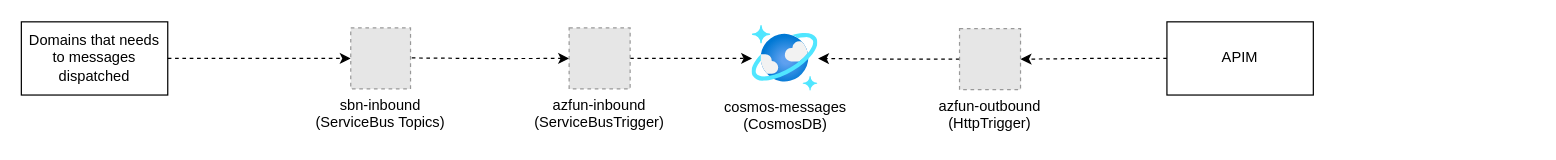
This is ARCHITECTURE.drawio from Energinet-DataHub/ARCHIVED-geh-post-office, a draw.io file, before an edit. Source tidied: cells renumbered, new cells numbered last; positions are measured from the earlier drawing's top-left corner, leaving out a move shared by most shapes. Both pictures are drawn from the tidied source at 122%, with x=0, y=0 at pixel (21, 21). Pictures stored in the file or linked from it are replaced by grey dashed boxes.
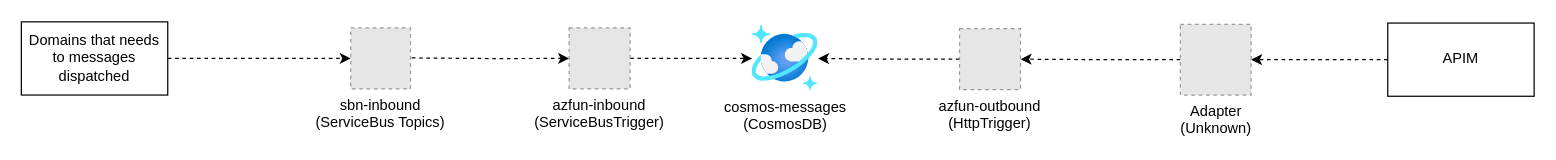
After the change.

Commit message (it also covers changes not shown here):
updated architecture according to comments

The edit, as a diff of the source:
```diff
@@
 <mxGraphModel>
   <root>
     <mxCell id="0" />
     <mxCell id="1" parent="0" />
     <mxCell id="2" style="edgeStyle=orthogonalEdgeStyle;rounded=0;jettySize=auto;html=1;dashed=1;entryX=0;entryY=0.5;entryDx=0;entryDy=0;" parent="1" edge="1" target="8">
       <mxGeometry relative="1" as="geometry">
         <mxPoint x="320" y="30" as="sourcePoint" />
       </mxGeometry>
     </mxCell>
     <mxCell id="3" value="Domains that needs to messages dispatched" style="rounded=0;whiteSpace=wrap;html=1;" parent="1" vertex="1">
       <mxGeometry y="0.4" width="120" height="60" as="geometry" />
     </mxCell>
-    <mxCell id="4" style="edgeStyle=orthogonalEdgeStyle;rounded=0;jettySize=auto;html=1;exitX=0;exitY=0.5;exitDx=0;exitDy=0;dashed=1;" parent="1" edge="1" source="5" target="12">
+    <mxCell id="4" style="edgeStyle=orthogonalEdgeStyle;rounded=0;jettySize=auto;html=1;dashed=1;exitX=0;exitY=0.5;exitDx=0;exitDy=0;" parent="1" edge="1" source="14" target="12">
       <mxGeometry relative="1" as="geometry" />
     </mxCell>
+    <mxCell id="13" style="edgeStyle=orthogonalEdgeStyle;rounded=0;jettySize=auto;html=1;exitX=0;exitY=0.5;exitDx=0;exitDy=0;dashed=1;" parent="1" edge="1" source="5" target="14">
+      <mxGeometry relative="1" as="geometry" />
+    </mxCell>
     <mxCell id="5" value="APIM" style="rounded=0;whiteSpace=wrap;html=1;fillColor=none;" parent="1" vertex="1">
-      <mxGeometry x="939" y="0.4" width="120" height="60" as="geometry" />
+      <mxGeometry x="1120" y="1.4" width="120" height="60" as="geometry" />
     </mxCell>
     <mxCell id="6" value="cosmos-messages&lt;br&gt;(CosmosDB)" style="html=1;points=[];align=center;image;fontSize=12;image=img/lib/azure2/databases/Azure_Cosmos_DB.svg;" parent="1" vertex="1">
       <mxGeometry x="599" y="3.4" width="54" height="54" as="geometry" />
     </mxCell>
     <mxCell id="7" style="edgeStyle=orthogonalEdgeStyle;rounded=0;jettySize=auto;html=1;exitX=1;exitY=0.5;exitDx=0;exitDy=0;dashed=1;" parent="1" edge="1" source="8" target="6">
       <mxGeometry relative="1" as="geometry" />
     </mxCell>
     <mxCell id="8" value="azfun-inbound&#10;(ServiceBusTrigger)" style="fillColor=#E6E6E6;strokeColor=#999999;dashed=1;verticalLabelPosition=bottom;labelBackgroundColor=#ffffff;verticalAlign=top;" parent="1" vertex="1">
       <mxGeometry x="449" y="5.4" width="50" height="50" as="geometry" />
     </mxCell>
     <mxCell id="9" style="edgeStyle=orthogonalEdgeStyle;rounded=0;jettySize=auto;html=1;exitX=1;exitY=0.5;exitDx=0;exitDy=0;dashed=1;entryX=0;entryY=0.5;entryDx=0;entryDy=0;" parent="1" edge="1" source="3" target="10">
       <mxGeometry relative="1" as="geometry" />
     </mxCell>
     <mxCell id="10" value="sbn-inbound&#10;(ServiceBus Topics)" style="fillColor=#E6E6E6;strokeColor=#999999;dashed=1;verticalLabelPosition=bottom;labelBackgroundColor=#ffffff;verticalAlign=top;" parent="1" vertex="1">
       <mxGeometry x="270" y="5.4" width="49" height="50" as="geometry" />
     </mxCell>
     <mxCell id="11" style="edgeStyle=orthogonalEdgeStyle;rounded=0;jettySize=auto;html=1;exitX=0;exitY=0.5;exitDx=0;exitDy=0;dashed=1;" parent="1" edge="1" source="12" target="6">
       <mxGeometry relative="1" as="geometry" />
     </mxCell>
     <mxCell id="12" value="azfun-outbound&#10;(HttpTrigger)" style="fillColor=#E6E6E6;strokeColor=#999999;dashed=1;verticalLabelPosition=bottom;labelBackgroundColor=#ffffff;verticalAlign=top;" parent="1" vertex="1">
       <mxGeometry x="769" y="6" width="50" height="50" as="geometry" />
     </mxCell>
+    <mxCell id="14" value="Adapter&lt;br&gt;(Unknown)" style="fillColor=#E6E6E6;strokeColor=#999999;dashed=1;html=1;verticalAlign=top;verticalLabelPosition=bottom;labelBackgroundColor=#ffffff;" parent="1" vertex="1">
+      <mxGeometry x="950" y="2.4" width="58" height="58" as="geometry" />
+    </mxCell>
   </root>
 </mxGraphModel>
```
